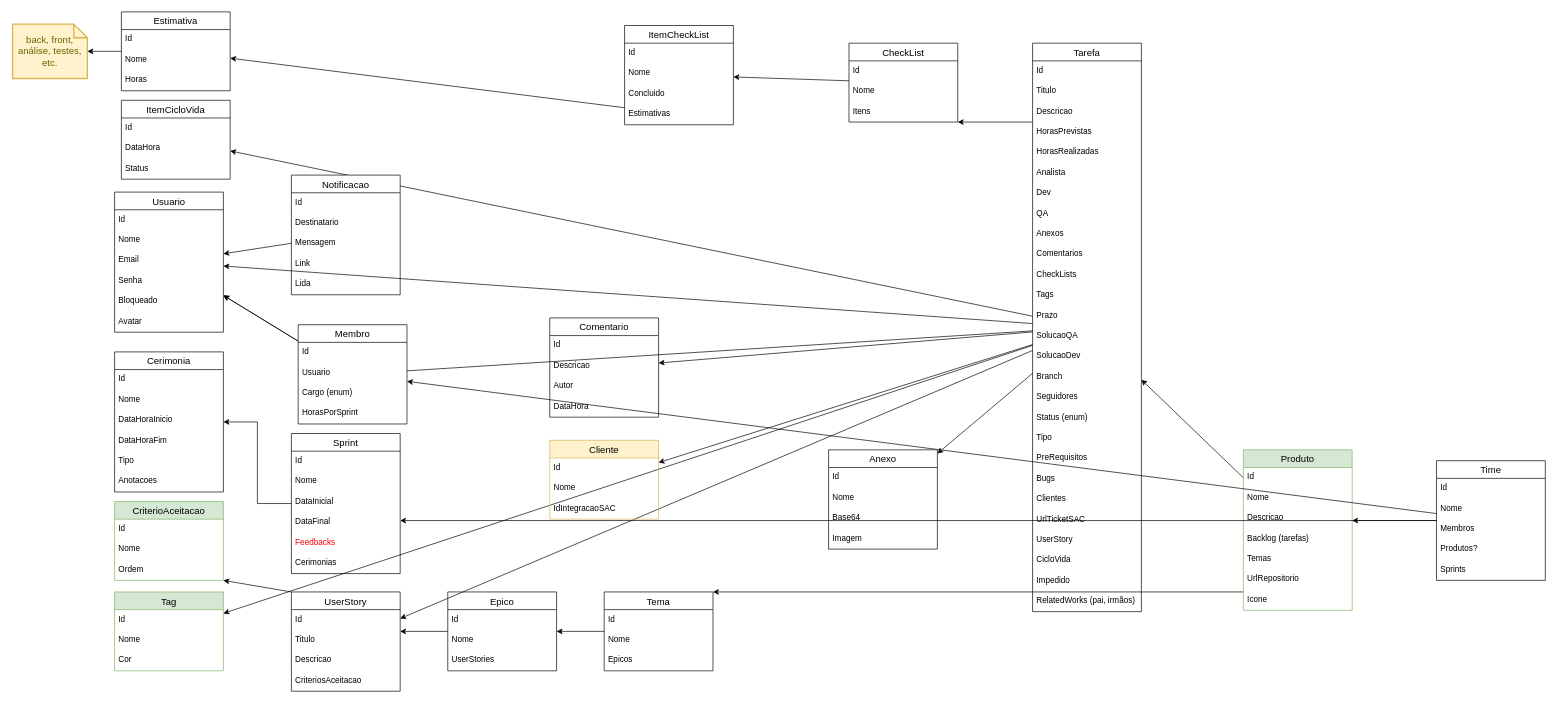
ddsdaniel/Agilis keeps this draw.io diagram as page "ordem" (2 of 2) of Agilis-Back/docs/Untitled Diagram.drawio. Above is the earlier version. Source tidied: cells renumbered, new cells numbered last; positions are measured from the earlier drawing's top-left corner, leaving out a move shared by most shapes. Both pictures are drawn from the tidied source at 68%, with x=0, y=0 at pixel (12, 12).
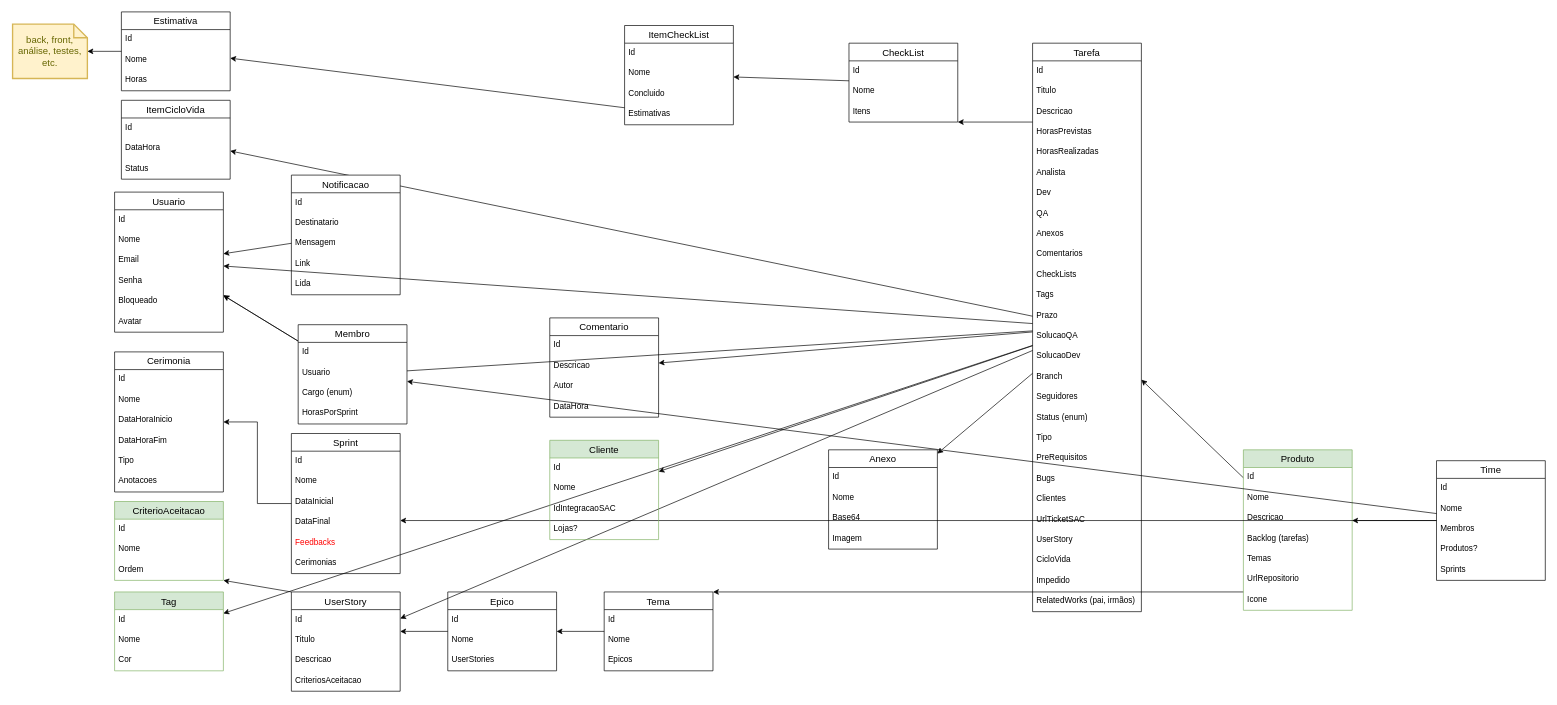
The same page after the edit.

What changed in the source:
```diff
@@
-    <mxCell id="117" value="Cliente" style="swimlane;fontStyle=0;horizontal=1;startSize=26;align=center;fontSize=14;fillColor=#fff2cc;strokeColor=#d6b656;" parent="1" vertex="1">
-      <mxGeometry x="790" y="630" width="160" height="116" as="geometry" />
+    <mxCell id="117" value="Cliente" style="swimlane;fontStyle=0;horizontal=1;startSize=26;align=center;fontSize=14;fillColor=#d5e8d4;strokeColor=#82b366;" parent="1" vertex="1">
+      <mxGeometry x="790" y="630" width="160" height="146" as="geometry" />
     </mxCell>
@@
+    <mxCell id="153" value="Lojas?" style="text;strokeColor=none;fillColor=none;spacingLeft=4;spacingRight=4;overflow=hidden;fontSize=12;" parent="117" vertex="1">
+      <mxGeometry y="116" width="160" height="30" as="geometry" />
+    </mxCell>
```
